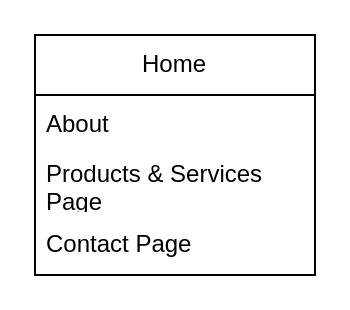
cskhomo/vero-ecommerce keeps this draw.io diagram as Vero Business Sitemap.drawio. Above is the earlier version. Source tidied: cells renumbered, new cells numbered last; positions are measured from the earlier drawing's top-left corner, leaving out a move shared by most shapes. Both pictures are drawn from the tidied source at 200%, with x=0, y=0 at pixel (34, 34).
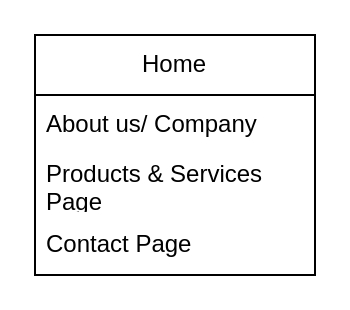
The same diagram, later.

The edit, as a diff of the source:
```diff
@@
 <mxGraphModel>
   <root>
     <mxCell id="0" />
     <mxCell id="1" parent="0" />
     <mxCell id="2" value="Home" style="swimlane;fontStyle=0;horizontal=1;startSize=30;whiteSpace=wrap;html=1;" parent="1" vertex="1">
       <mxGeometry width="140" height="120" as="geometry" />
     </mxCell>
-    <mxCell id="3" value="About&amp;nbsp;" style="text;strokeColor=none;fillColor=none;align=left;verticalAlign=middle;spacingLeft=4;spacingRight=4;overflow=hidden;whiteSpace=wrap;html=1;" parent="2" vertex="1">
+    <mxCell id="3" value="About us/ Company&amp;nbsp;" style="text;strokeColor=none;fillColor=none;align=left;verticalAlign=middle;spacingLeft=4;spacingRight=4;overflow=hidden;whiteSpace=wrap;html=1;" parent="2" vertex="1">
       <mxGeometry y="30" width="140" height="30" as="geometry" />
     </mxCell>
     <mxCell id="4" value="Products &amp;amp; Services Page" style="text;strokeColor=none;fillColor=none;align=left;verticalAlign=middle;spacingLeft=4;spacingRight=4;overflow=hidden;whiteSpace=wrap;html=1;" parent="2" vertex="1">
       <mxGeometry y="60" width="140" height="30" as="geometry" />
     </mxCell>
     <mxCell id="5" value="Contact Page" style="text;strokeColor=none;fillColor=none;align=left;verticalAlign=middle;spacingLeft=4;spacingRight=4;overflow=hidden;whiteSpace=wrap;html=1;" parent="2" vertex="1">
       <mxGeometry y="90" width="140" height="30" as="geometry" />
     </mxCell>
   </root>
 </mxGraphModel>
```
